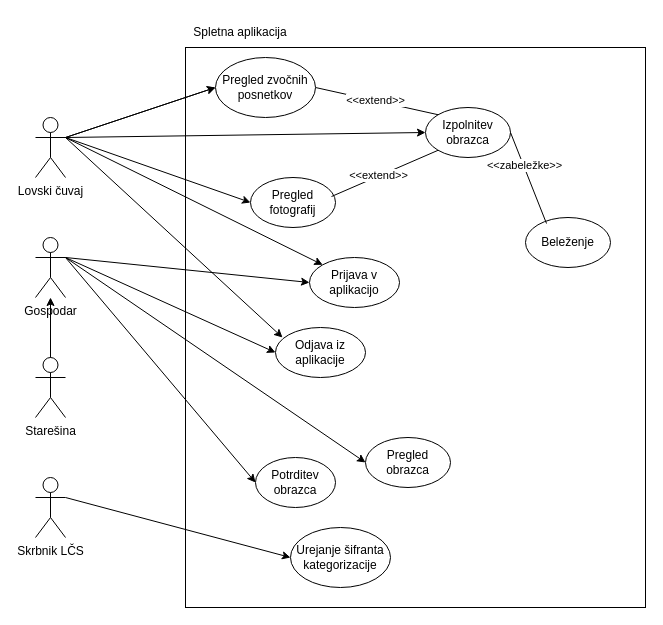
Above: Lovski čuvaj-Spletna aplikacija.drawio in ErnestISv/Lovstvo (draw.io), before the change. Source tidied: cells renumbered, new cells numbered last; positions are measured from the earlier drawing's top-left corner, leaving out a move shared by most shapes. Both pictures are drawn from the tidied source at 100%, with x=0, y=0 at pixel (35, 17).
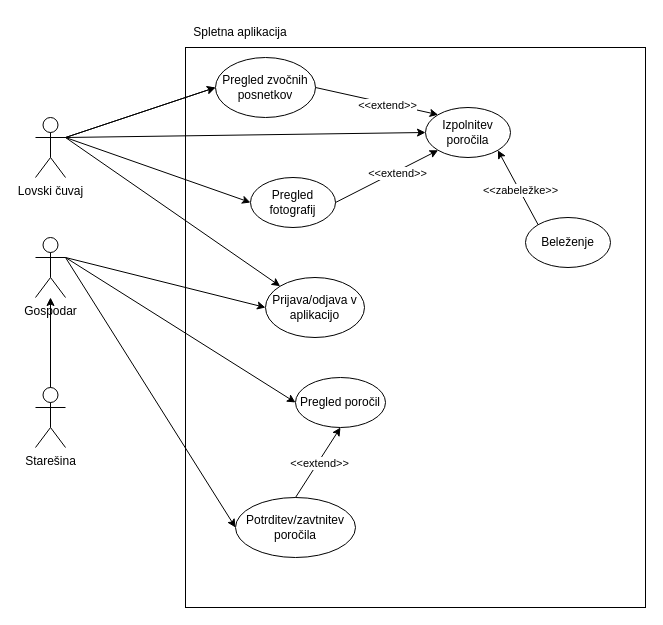
After the change.

The change refers to these unchanged cells:
```xml
<mxCell id="5" value="Gospodar" style="shape=umlActor;verticalLabelPosition=bottom;verticalAlign=top;html=1;outlineConnect=0;" parent="1" vertex="1">
  <mxGeometry y="220" width="30" height="60" as="geometry" />
</mxCell>
<mxCell id="21" value="Pregled fotografij" style="ellipse;whiteSpace=wrap;html=1;" parent="1" vertex="1">
  <mxGeometry x="215" y="160" width="85" height="50" as="geometry" />
</mxCell>
<mxCell id="28" value="Beleženje" style="ellipse;whiteSpace=wrap;html=1;" parent="1" vertex="1">
  <mxGeometry x="490" y="200" width="85" height="50" as="geometry" />
</mxCell>
<mxCell id="32" value="Pregled zvočnih posnetkov" style="ellipse;whiteSpace=wrap;html=1;" parent="1" vertex="1">
  <mxGeometry x="180" y="40" width="100" height="60" as="geometry" />
</mxCell>
```

Change to the diagram source:
```diff
@@
     <mxCell id="4" value="Starešina" style="shape=umlActor;verticalLabelPosition=bottom;verticalAlign=top;html=1;outlineConnect=0;" parent="1" vertex="1">
-      <mxGeometry y="340" width="30" height="60" as="geometry" />
+      <mxGeometry y="370" width="30" height="60" as="geometry" />
     </mxCell>
@@
-    <mxCell id="6" value="Skrbnik LČS" style="shape=umlActor;verticalLabelPosition=bottom;verticalAlign=top;html=1;outlineConnect=0;" parent="1" vertex="1">
-      <mxGeometry y="460" width="30" height="60" as="geometry" />
-    </mxCell>
-    <mxCell id="7" value="Urejanje šifranta kategorizacije" style="ellipse;whiteSpace=wrap;html=1;" parent="1" vertex="1">
-      <mxGeometry x="255" y="510" width="100" height="60" as="geometry" />
-    </mxCell>
-    <mxCell id="8" value="Izpolnitev obrazca" style="ellipse;whiteSpace=wrap;html=1;" parent="1" vertex="1">
+    <mxCell id="8" value="Izpolnitev poročila" style="ellipse;whiteSpace=wrap;html=1;" parent="1" vertex="1">
       <mxGeometry x="390" y="90" width="85" height="50" as="geometry" />
     </mxCell>
@@
-    <mxCell id="10" style="endArrow=classic;html=1;rounded=0;exitX=1;exitY=0.3333333333333333;exitDx=0;exitDy=0;exitPerimeter=0;entryX=0;entryY=0.5;entryDx=0;entryDy=0;" parent="1" edge="1" source="6" target="7">
-      <mxGeometry relative="1" as="geometry" />
-    </mxCell>
-    <mxCell id="11" value="Pregled obrazca" style="ellipse;whiteSpace=wrap;html=1;" parent="1" vertex="1">
-      <mxGeometry x="330" y="420" width="85" height="50" as="geometry" />
+    <mxCell id="11" value="Pregled poročil" style="ellipse;whiteSpace=wrap;html=1;" parent="1" vertex="1">
+      <mxGeometry x="260" y="360" width="90" height="50" as="geometry" />
     </mxCell>
@@
-    <mxCell id="13" value="Potrditev obrazca" style="ellipse;whiteSpace=wrap;html=1;" parent="1" vertex="1">
-      <mxGeometry x="220" y="440" width="80" height="50" as="geometry" />
+    <mxCell id="13" value="Potrditev/zavtnitev poročila" style="ellipse;whiteSpace=wrap;html=1;" parent="1" vertex="1">
+      <mxGeometry x="200" y="480" width="120" height="60" as="geometry" />
     </mxCell>
@@
-    <mxCell id="17" value="Prijava v aplikacijo" style="ellipse;whiteSpace=wrap;html=1;" parent="1" vertex="1">
-      <mxGeometry x="274" y="240" width="90" height="50" as="geometry" />
+    <mxCell id="17" value="Prijava/odjava v aplikacijo" style="ellipse;whiteSpace=wrap;html=1;" parent="1" vertex="1">
+      <mxGeometry x="230" y="260" width="99" height="60" as="geometry" />
     </mxCell>
-    <mxCell id="18" value="Odjava iz aplikacije" style="ellipse;whiteSpace=wrap;html=1;" parent="1" vertex="1">
-      <mxGeometry x="240" y="310" width="90" height="50" as="geometry" />
-    </mxCell>
@@
-    <mxCell id="20" style="endArrow=classic;html=1;rounded=0;entryX=0.078;entryY=0.2;entryDx=0;entryDy=0;entryPerimeter=0;" parent="1" edge="1" target="18">
-      <mxGeometry relative="1" as="geometry">
-        <mxPoint x="30" y="120" as="sourcePoint" />
-      </mxGeometry>
-    </mxCell>
@@
-    <mxCell id="24" style="endArrow=none;html=1;rounded=0;exitX=0.953;exitY=0.38;exitDx=0;exitDy=0;entryX=0;entryY=1;entryDx=0;entryDy=0;exitPerimeter=0;" parent="1" edge="1" source="21" target="8">
-      <mxGeometry relative="1" as="geometry" />
-    </mxCell>
-    <mxCell id="25" value="&amp;lt;&amp;lt;extend&amp;gt;&amp;gt;" style="edgeLabel;html=1;align=center;verticalAlign=middle;" parent="24" vertex="1">
-      <mxGeometry x="-0.13" y="2" relative="1" as="geometry">
-        <mxPoint y="1" as="offset" />
-      </mxGeometry>
-    </mxCell>
-    <mxCell id="26" style="endArrow=none;html=1;rounded=0;exitX=0;exitY=0;exitDx=0;exitDy=0;entryX=1;entryY=0.5;entryDx=0;entryDy=0;" parent="1" edge="1" source="8" target="32">
-      <mxGeometry relative="1" as="geometry" />
-    </mxCell>
-    <mxCell id="27" value="&amp;lt;&amp;lt;extend&amp;gt;&amp;gt;" style="edgeLabel;html=1;align=center;verticalAlign=middle;" parent="26" vertex="1">
-      <mxGeometry x="0.04" y="-1" relative="1" as="geometry" />
-    </mxCell>
@@
-    <mxCell id="29" style="endArrow=none;html=1;rounded=0;entryX=0.247;entryY=0.12;entryDx=0;entryDy=0;exitX=1;exitY=0.5;exitDx=0;exitDy=0;entryPerimeter=0;" parent="1" edge="1" source="8" target="28">
-      <mxGeometry relative="1" as="geometry" />
-    </mxCell>
-    <mxCell id="30" value="&amp;lt;&amp;lt;zabeležke&amp;gt;&amp;gt;" style="edgeLabel;html=1;align=center;verticalAlign=middle;" parent="29" vertex="1">
-      <mxGeometry x="-0.28" y="1" relative="1" as="geometry" />
-    </mxCell>
@@
-    <mxCell id="34" style="endArrow=classic;html=1;rounded=0;exitX=1;exitY=0.3333333333333333;exitDx=0;exitDy=0;exitPerimeter=0;entryX=0;entryY=0.5;entryDx=0;entryDy=0;" parent="1" edge="1" source="5" target="18">
-      <mxGeometry relative="1" as="geometry" />
-    </mxCell>
+    <mxCell id="35" style="endArrow=classic;html=1;rounded=0;exitX=1;exitY=0.5;exitDx=0;exitDy=0;entryX=0;entryY=0;entryDx=0;entryDy=0;" parent="1" edge="1" source="32" target="8">
+      <mxGeometry relative="1" as="geometry" />
+    </mxCell>
+    <mxCell id="36" value="&amp;lt;&amp;lt;extend&amp;gt;&amp;gt;" style="edgeLabel;html=1;align=center;verticalAlign=middle;" parent="35" vertex="1">
+      <mxGeometry x="0.18" y="-2" relative="1" as="geometry" />
+    </mxCell>
+    <mxCell id="24" style="endArrow=classic;html=1;rounded=0;exitX=1;exitY=0.5;exitDx=0;exitDy=0;entryX=0;entryY=1;entryDx=0;entryDy=0;" parent="1" edge="1" source="21" target="8">
+      <mxGeometry relative="1" as="geometry" />
+    </mxCell>
+    <mxCell id="37" value="&amp;lt;&amp;lt;extend&amp;gt;&amp;gt;" style="edgeLabel;html=1;align=center;verticalAlign=middle;" parent="24" vertex="1">
+      <mxGeometry x="0.18" y="-2" relative="1" as="geometry" />
+    </mxCell>
+    <mxCell id="38" style="endArrow=classic;html=1;rounded=0;exitX=0.5;exitY=0;exitDx=0;exitDy=0;entryX=0.5;entryY=1;entryDx=0;entryDy=0;" parent="1" edge="1" source="13" target="11">
+      <mxGeometry relative="1" as="geometry" />
+    </mxCell>
+    <mxCell id="39" value="&amp;lt;&amp;lt;extend&amp;gt;&amp;gt;" style="edgeLabel;html=1;align=center;verticalAlign=middle;" parent="38" vertex="1">
+      <mxGeometry x="0.02" y="-1" relative="1" as="geometry" />
+    </mxCell>
+    <mxCell id="40" style="endArrow=classic;html=1;rounded=0;exitX=0;exitY=0;exitDx=0;exitDy=0;entryX=1;entryY=1;entryDx=0;entryDy=0;" parent="1" edge="1" source="28" target="8">
+      <mxGeometry relative="1" as="geometry" />
+    </mxCell>
+    <mxCell id="30" value="&amp;lt;&amp;lt;zabeležke&amp;gt;&amp;gt;" style="edgeLabel;html=1;align=center;verticalAlign=middle;" parent="40" vertex="1">
+      <mxGeometry x="-0.09" y="-1" relative="1" as="geometry" />
+    </mxCell>
```
